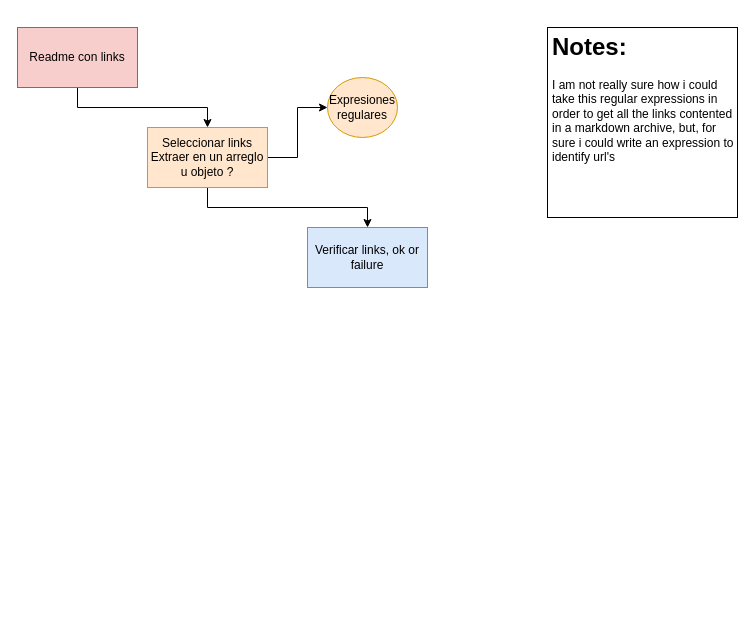
Earlier version of the draw.io diagram Untitled Diagram.drawio (ccnarvaez/SCL016-md-link). Source tidied: cells renumbered, new cells numbered last; positions are measured from the earlier drawing's top-left corner, leaving out a move shared by most shapes. Both pictures are drawn from the tidied source at 100%, with x=0, y=0 at pixel (17, 27).
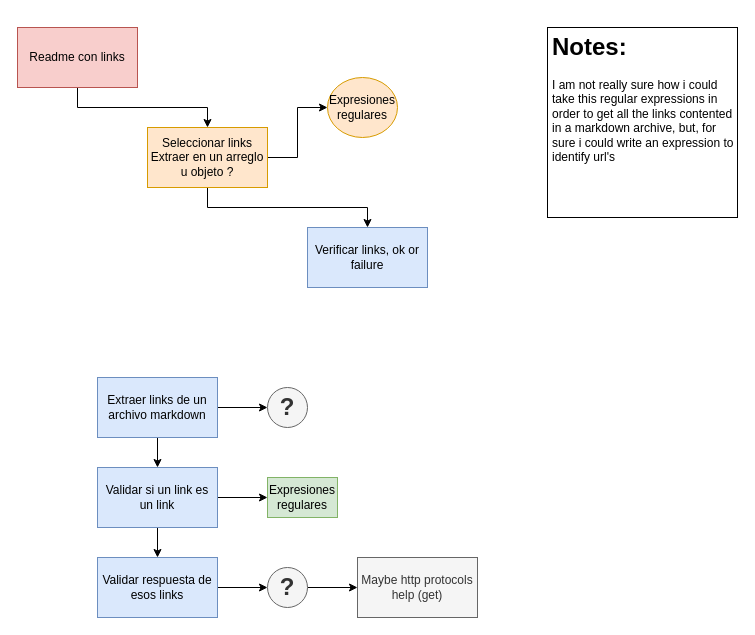
The same page after the edit.

What changed in the source:
```diff
@@
+    <mxCell id="10" style="edgeStyle=orthogonalEdgeStyle;rounded=0;jettySize=auto;html=1;exitX=1;exitY=0.5;exitDx=0;exitDy=0;entryX=0;entryY=0.5;entryDx=0;entryDy=0;" parent="1" edge="1" source="12" target="13">
+      <mxGeometry relative="1" as="geometry" />
+    </mxCell>
+    <mxCell id="11" style="edgeStyle=orthogonalEdgeStyle;rounded=0;jettySize=auto;html=1;exitX=0.5;exitY=1;exitDx=0;exitDy=0;entryX=0.5;entryY=0;entryDx=0;entryDy=0;" parent="1" edge="1" source="12" target="16">
+      <mxGeometry relative="1" as="geometry" />
+    </mxCell>
+    <mxCell id="12" value="Extraer links de un archivo markdown" style="rounded=0;whiteSpace=wrap;html=1;fillColor=#dae8fc;strokeColor=#6c8ebf;" parent="1" vertex="1">
+      <mxGeometry x="80" y="350" width="120" height="60" as="geometry" />
+    </mxCell>
+    <mxCell id="13" value="&lt;h1&gt;?&lt;/h1&gt;" style="ellipse;whiteSpace=wrap;html=1;fillColor=#f5f5f5;strokeColor=#666666;fontColor=#333333;" parent="1" vertex="1">
+      <mxGeometry x="250" y="360" width="40" height="40" as="geometry" />
+    </mxCell>
+    <mxCell id="14" style="edgeStyle=orthogonalEdgeStyle;rounded=0;jettySize=auto;html=1;exitX=1;exitY=0.5;exitDx=0;exitDy=0;" parent="1" edge="1" source="16" target="17">
+      <mxGeometry relative="1" as="geometry" />
+    </mxCell>
+    <mxCell id="15" style="edgeStyle=orthogonalEdgeStyle;rounded=0;jettySize=auto;html=1;exitX=0.5;exitY=1;exitDx=0;exitDy=0;entryX=0.5;entryY=0;entryDx=0;entryDy=0;" parent="1" edge="1" source="16" target="19">
+      <mxGeometry relative="1" as="geometry" />
+    </mxCell>
+    <mxCell id="16" value="Validar si un link es un link" style="rounded=0;whiteSpace=wrap;html=1;fillColor=#dae8fc;strokeColor=#6c8ebf;" parent="1" vertex="1">
+      <mxGeometry x="80" y="440" width="120" height="60" as="geometry" />
+    </mxCell>
+    <mxCell id="17" value="Expresiones regulares" style="rounded=0;whiteSpace=wrap;html=1;fillColor=#d5e8d4;strokeColor=#82b366;" parent="1" vertex="1">
+      <mxGeometry x="250" y="450" width="70" height="40" as="geometry" />
+    </mxCell>
+    <mxCell id="18" style="edgeStyle=orthogonalEdgeStyle;rounded=0;jettySize=auto;html=1;exitX=1;exitY=0.5;exitDx=0;exitDy=0;entryX=0;entryY=0.5;entryDx=0;entryDy=0;" parent="1" edge="1" source="19" target="21">
+      <mxGeometry relative="1" as="geometry" />
+    </mxCell>
+    <mxCell id="19" value="Validar respuesta de esos links" style="rounded=0;whiteSpace=wrap;html=1;fillColor=#dae8fc;strokeColor=#6c8ebf;" parent="1" vertex="1">
+      <mxGeometry x="80" y="530" width="120" height="60" as="geometry" />
+    </mxCell>
+    <mxCell id="20" style="edgeStyle=orthogonalEdgeStyle;rounded=0;jettySize=auto;html=1;exitX=1;exitY=0.5;exitDx=0;exitDy=0;" parent="1" edge="1" source="21" target="22">
+      <mxGeometry relative="1" as="geometry" />
+    </mxCell>
+    <mxCell id="21" value="&lt;h1&gt;?&lt;/h1&gt;" style="ellipse;whiteSpace=wrap;html=1;fillColor=#f5f5f5;strokeColor=#666666;fontColor=#333333;" parent="1" vertex="1">
+      <mxGeometry x="250" y="540" width="40" height="40" as="geometry" />
+    </mxCell>
+    <mxCell id="22" value="Maybe http protocols help (get)" style="rounded=0;whiteSpace=wrap;html=1;fillColor=#f5f5f5;strokeColor=#666666;fontColor=#333333;" parent="1" vertex="1">
+      <mxGeometry x="340" y="530" width="120" height="60" as="geometry" />
+    </mxCell>
```
